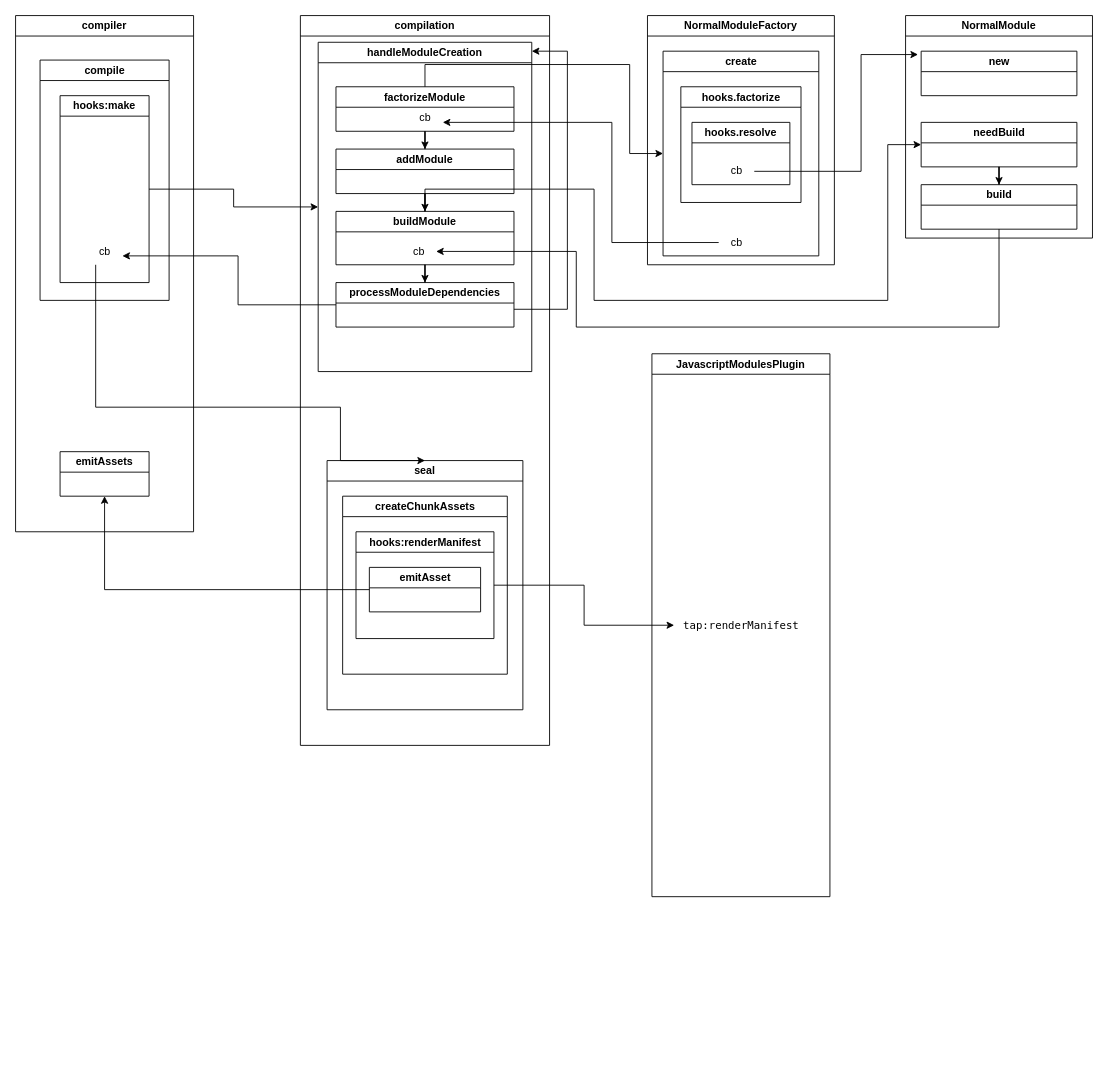
ahtimeflies/drawio keeps this draw.io diagram as webpack.drawio. Above is the earlier version. Source tidied: cells renumbered, new cells numbered last; positions are measured from the earlier drawing's top-left corner, leaving out a move shared by most shapes. Both pictures are drawn from the tidied source at 89%, with x=0, y=0 at pixel (15, 15).
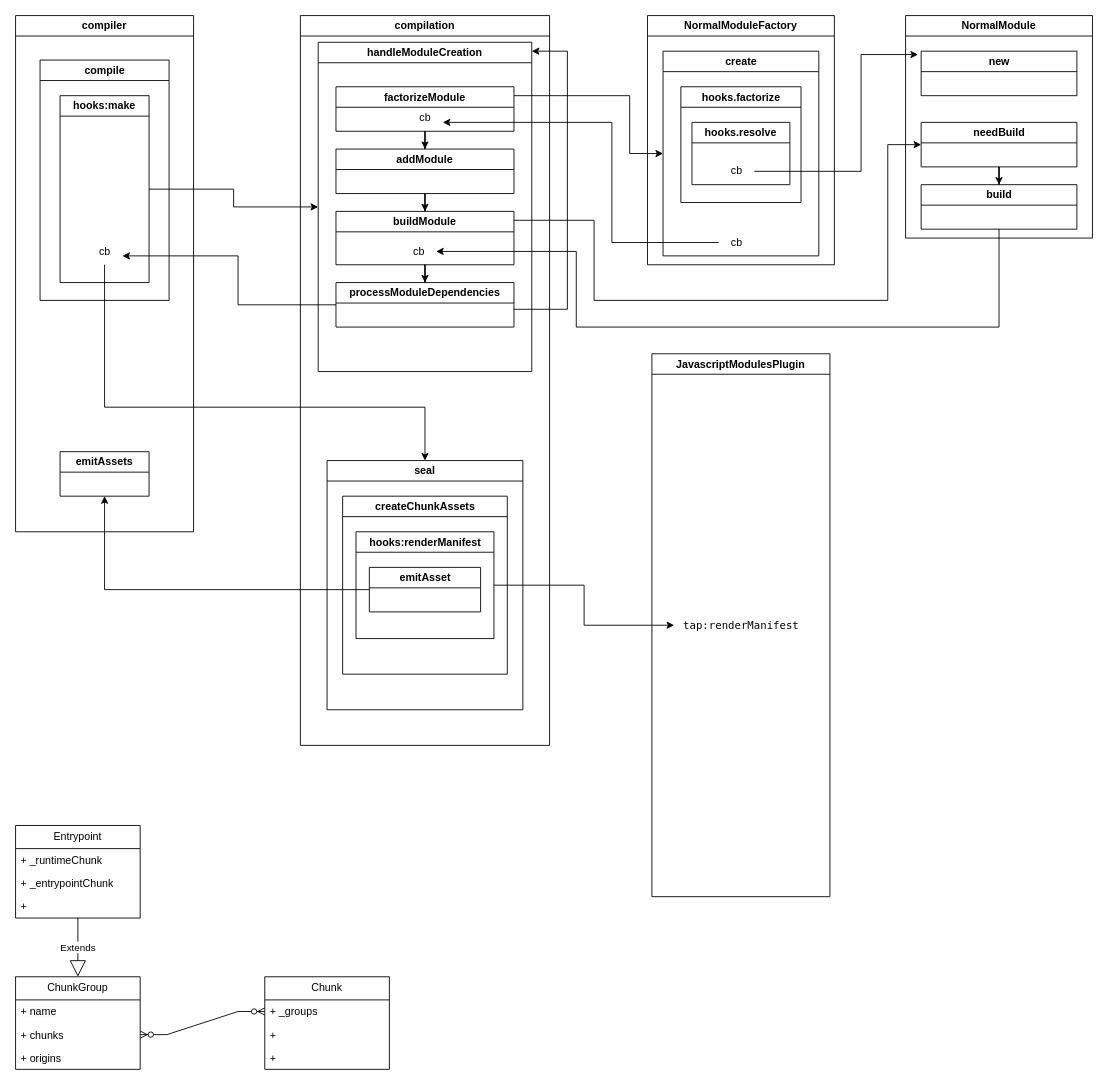
After the change.

The change refers to these unchanged cells:
```xml
<mxCell id="3" value="seal" style="swimlane;whiteSpace=wrap;html=1;" parent="2" vertex="1">
  <mxGeometry x="30" y="500" width="220" height="280" as="geometry" />
</mxCell>
<mxCell id="8" value="factorizeModule" style="swimlane;whiteSpace=wrap;html=1;" parent="7" vertex="1">
  <mxGeometry x="20" y="50" width="200" height="50" as="geometry" />
</mxCell>
<mxCell id="12" value="buildModule" style="swimlane;whiteSpace=wrap;html=1;" parent="7" vertex="1">
  <mxGeometry x="20" y="190" width="200" height="60" as="geometry" />
</mxCell>
<mxCell id="21" value="cb" style="text;html=1;align=center;verticalAlign=middle;points=[];strokeColor=none;fillColor=none;" parent="20" vertex="1">
  <mxGeometry x="30" y="160" width="40" height="30" as="geometry" />
</mxCell>
<mxCell id="30" value="create" style="swimlane;whiteSpace=wrap;html=1;" parent="29" vertex="1">
  <mxGeometry x="17.5" y="40" width="175" height="230" as="geometry" />
</mxCell>
<mxCell id="39" value="needBuild" style="swimlane;whiteSpace=wrap;html=1;" parent="35" vertex="1">
  <mxGeometry x="17.5" y="120" width="175" height="50" as="geometry" />
</mxCell>
```

Change to the diagram source:
```diff
@@
     <mxCell id="26" style="edgeStyle=orthogonalEdgeStyle;rounded=0;jettySize=auto;html=1;entryX=0.5;entryY=0;entryDx=0;entryDy=0;" parent="1" edge="1" source="21" target="3">
       <mxGeometry relative="1" as="geometry">
         <Array as="points">
-          <mxPoint x="90" y="440" />
-          <mxPoint x="365" y="440" />
-          <mxPoint x="365" y="500" />
+          <mxPoint x="100" y="440" />
+          <mxPoint x="460" y="440" />
         </Array>
       </mxGeometry>
     </mxCell>
@@
     <mxCell id="41" style="edgeStyle=orthogonalEdgeStyle;rounded=0;jettySize=auto;html=1;" parent="1" edge="1" source="8" target="30">
       <mxGeometry relative="1" as="geometry">
         <Array as="points">
-          <mxPoint x="460" y="55" />
-          <mxPoint x="690" y="55" />
+          <mxPoint x="690" y="90" />
           <mxPoint x="690" y="155" />
         </Array>
       </mxGeometry>
     </mxCell>
@@
     <mxCell id="43" style="edgeStyle=orthogonalEdgeStyle;rounded=0;jettySize=auto;html=1;" parent="1" edge="1" source="12" target="39">
       <mxGeometry relative="1" as="geometry">
         <Array as="points">
-          <mxPoint x="460" y="195" />
-          <mxPoint x="650" y="195" />
+          <mxPoint x="650" y="230" />
           <mxPoint x="650" y="320" />
           <mxPoint x="980" y="320" />
           <mxPoint x="980" y="145" />
         </Array>
       </mxGeometry>
     </mxCell>
@@
+    <mxCell id="46" value="ChunkGroup" style="swimlane;fontStyle=0;horizontal=1;startSize=26;fillColor=none;whiteSpace=wrap;html=1;" parent="1" vertex="1">
+      <mxGeometry y="1080" width="140" height="104" as="geometry" />
+    </mxCell>
+    <mxCell id="47" value="&lt;span style=&quot;color: rgb(0, 0, 0); font-family: Helvetica; font-size: 12px; font-style: normal; font-variant-ligatures: normal; font-variant-caps: normal; font-weight: 400; letter-spacing: normal; orphans: 2; text-align: left; text-indent: 0px; text-transform: none; widows: 2; word-spacing: 0px; -webkit-text-stroke-width: 0px; background-color: rgb(251, 251, 251); text-decoration-thickness: initial; text-decoration-style: initial; text-decoration-color: initial; float: none; display: inline !important;&quot;&gt;+ name&lt;/span&gt;" style="text;strokeColor=none;fillColor=none;align=left;verticalAlign=top;spacingLeft=4;spacingRight=4;overflow=hidden;whiteSpace=wrap;html=1;" parent="46" vertex="1">
+      <mxGeometry y="26" width="140" height="26" as="geometry" />
+    </mxCell>
+    <mxCell id="48" value="+ chunks" style="text;strokeColor=none;fillColor=none;align=left;verticalAlign=top;spacingLeft=4;spacingRight=4;overflow=hidden;points=[[0,0.5],[1,0.5]];portConstraint=eastwest;whiteSpace=wrap;html=1;" parent="46" vertex="1">
+      <mxGeometry y="52" width="140" height="26" as="geometry" />
+    </mxCell>
+    <mxCell id="49" value="+&amp;nbsp;origins" style="text;strokeColor=none;fillColor=none;align=left;verticalAlign=top;spacingLeft=4;spacingRight=4;overflow=hidden;whiteSpace=wrap;html=1;" parent="46" vertex="1">
+      <mxGeometry y="78" width="140" height="26" as="geometry" />
+    </mxCell>
+    <mxCell id="50" value="Entrypoint" style="swimlane;fontStyle=0;horizontal=1;startSize=26;fillColor=none;whiteSpace=wrap;html=1;" parent="1" vertex="1">
+      <mxGeometry y="910" width="140" height="104" as="geometry" />
+    </mxCell>
+    <mxCell id="51" value="+ _runtimeChunk" style="text;strokeColor=none;fillColor=none;align=left;verticalAlign=top;spacingLeft=4;spacingRight=4;overflow=hidden;whiteSpace=wrap;html=1;" parent="50" vertex="1">
+      <mxGeometry y="26" width="140" height="26" as="geometry" />
+    </mxCell>
+    <mxCell id="52" value="+ _entrypointChunk" style="text;strokeColor=none;fillColor=none;align=left;verticalAlign=top;spacingLeft=4;spacingRight=4;overflow=hidden;whiteSpace=wrap;html=1;" parent="50" vertex="1">
+      <mxGeometry y="52" width="140" height="26" as="geometry" />
+    </mxCell>
+    <mxCell id="53" value="+&amp;nbsp;" style="text;strokeColor=none;fillColor=none;align=left;verticalAlign=top;spacingLeft=4;spacingRight=4;overflow=hidden;whiteSpace=wrap;html=1;" parent="50" vertex="1">
+      <mxGeometry y="78" width="140" height="26" as="geometry" />
+    </mxCell>
+    <mxCell id="54" value="Chunk" style="swimlane;fontStyle=0;horizontal=1;startSize=26;fillColor=none;whiteSpace=wrap;html=1;" parent="1" vertex="1">
+      <mxGeometry x="280" y="1080" width="140" height="104" as="geometry" />
+    </mxCell>
+    <mxCell id="55" value="+&amp;nbsp;_groups" style="text;strokeColor=none;fillColor=none;align=left;verticalAlign=top;spacingLeft=4;spacingRight=4;overflow=hidden;points=[[0,0.5],[1,0.5]];portConstraint=eastwest;whiteSpace=wrap;html=1;" parent="54" vertex="1">
+      <mxGeometry y="26" width="140" height="26" as="geometry" />
+    </mxCell>
+    <mxCell id="56" value="+&amp;nbsp;" style="text;strokeColor=none;fillColor=none;align=left;verticalAlign=top;spacingLeft=4;spacingRight=4;overflow=hidden;whiteSpace=wrap;html=1;" parent="54" vertex="1">
+      <mxGeometry y="52" width="140" height="26" as="geometry" />
+    </mxCell>
+    <mxCell id="57" value="+" style="text;strokeColor=none;fillColor=none;align=left;verticalAlign=top;spacingLeft=4;spacingRight=4;overflow=hidden;whiteSpace=wrap;html=1;" parent="54" vertex="1">
+      <mxGeometry y="78" width="140" height="26" as="geometry" />
+    </mxCell>
+    <mxCell id="58" value="Extends" style="endArrow=block;endSize=16;endFill=0;html=1;rounded=0;" parent="1" edge="1" source="50" target="46">
+      <mxGeometry relative="1" as="geometry" />
+    </mxCell>
+    <mxCell id="59" style="edgeStyle=entityRelationEdgeStyle;fontSize=12;html=1;endArrow=ERzeroToMany;endFill=1;startArrow=ERzeroToMany;rounded=0;" parent="1" edge="1" source="55" target="48">
+      <mxGeometry relative="1" as="geometry" />
+    </mxCell>
```
